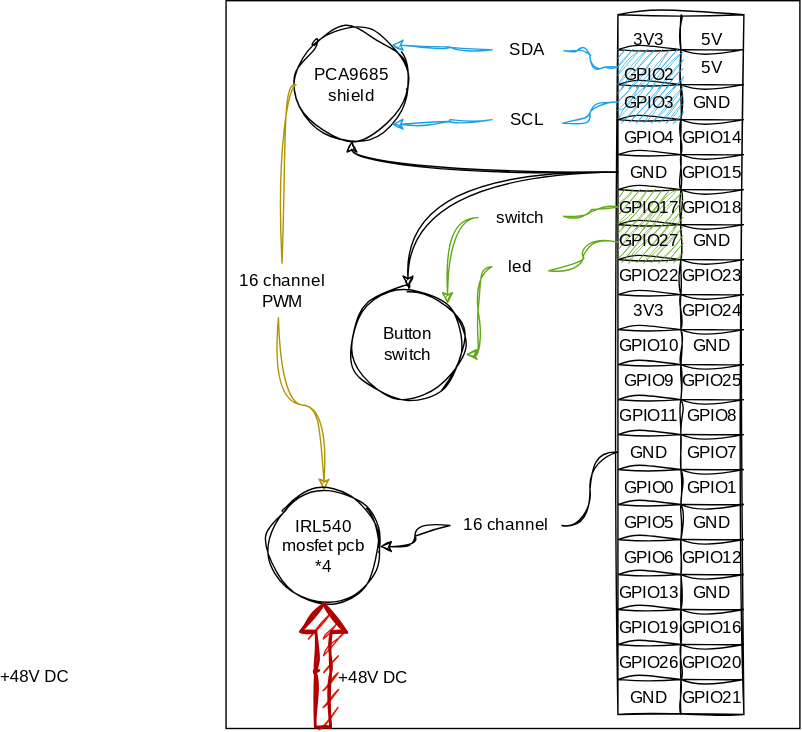
The draw.io diagram ressources/diagram-wiring.svg in lan-ensad/cloches-sous-tension, before a commit. Source tidied: cells renumbered, new cells last; positions are measured from the earlier drawing's top-left corner, leaving out a move shared by most shapes.
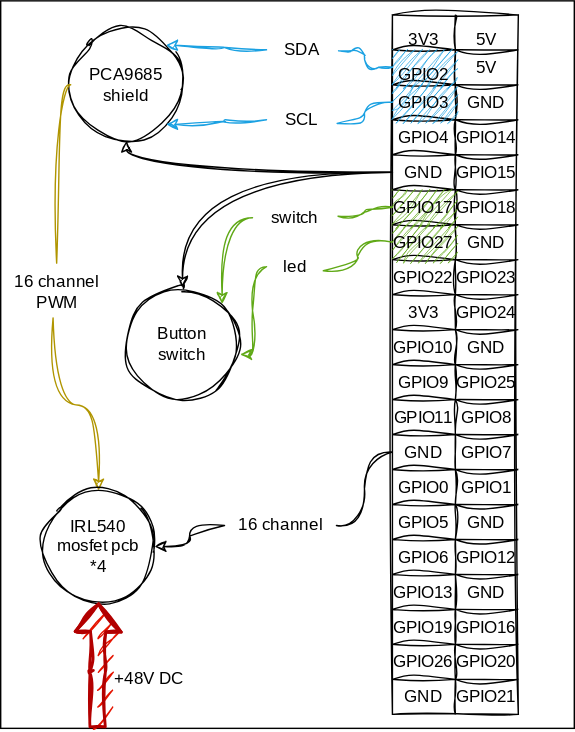
After the change.

The edit, as a diff of the source:
```diff
@@ -265,11 +265,6 @@
         </Array>
       </mxGeometry>
     </mxCell>
-    <mxCell id="88" value="+48V DC" style="edgeLabel;html=1;align=center;verticalAlign=middle;fontSize=12;sketch=1;curveFitting=1;jiggle=2;" parent="87" vertex="1">
-      <mxGeometry x="0.19" y="-1" relative="1" as="geometry">
-        <mxPoint x="-208" y="16" as="offset" />
-      </mxGeometry>
-    </mxCell>
     <mxCell id="89" value="&lt;font face=&quot;Architects Daughter&quot;&gt;+48V DC&lt;/font&gt;" style="edgeLabel;html=1;align=center;verticalAlign=middle;fontSize=12;sketch=1;curveFitting=1;jiggle=2;" parent="1" vertex="1">
       <mxGeometry as="geometry">
         <mxPoint x="119" y="484" as="offset" />
```
